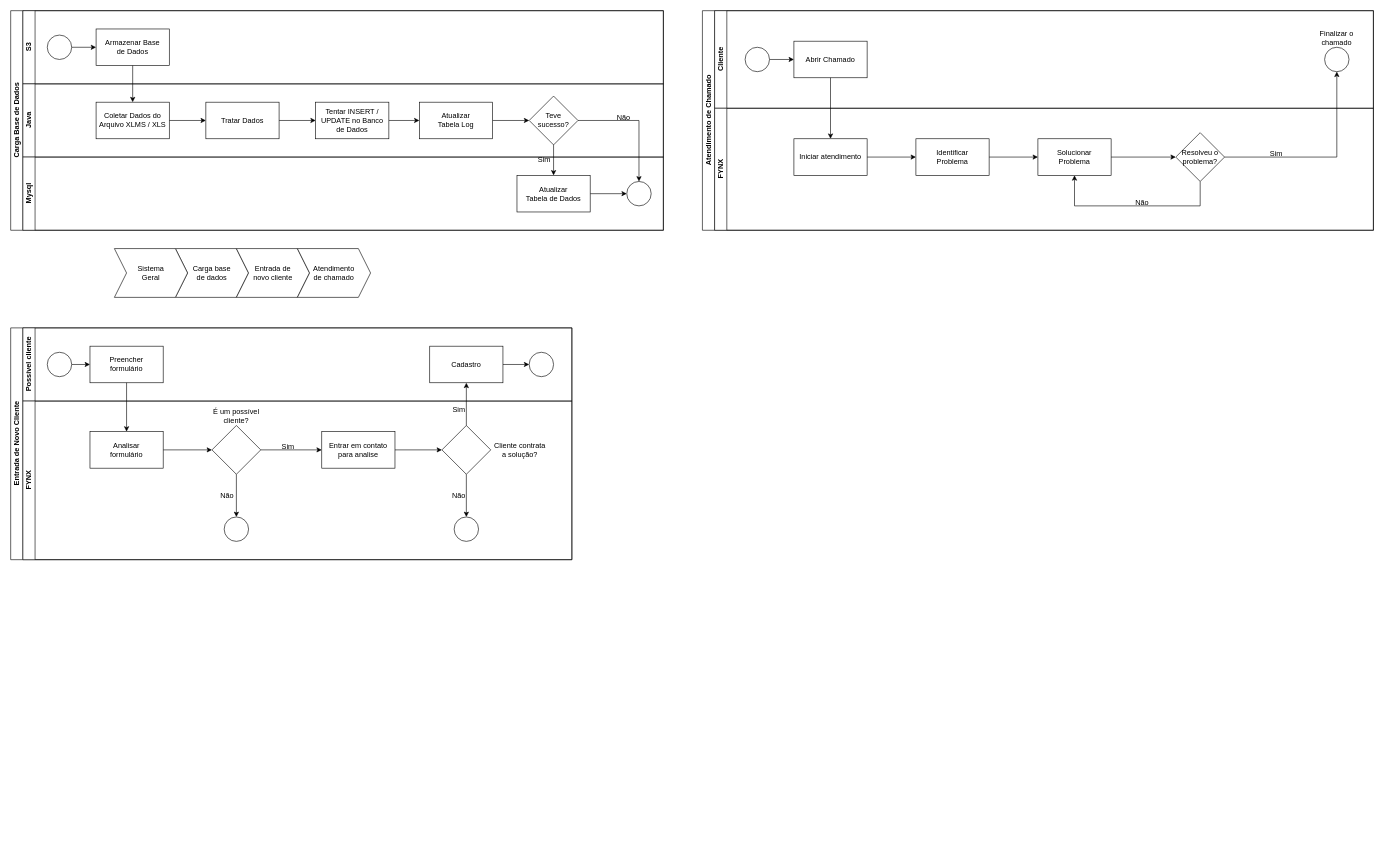
Earlier version of the draw.io diagram Diagramas/BPMN.drawio (ViniEguchi/FYNX). Source tidied: cells renumbered, new cells numbered last; positions are measured from the earlier drawing's top-left corner, leaving out a move shared by most shapes. Both pictures are drawn from the tidied source at 61%, with x=0, y=0 at pixel (10, 10).
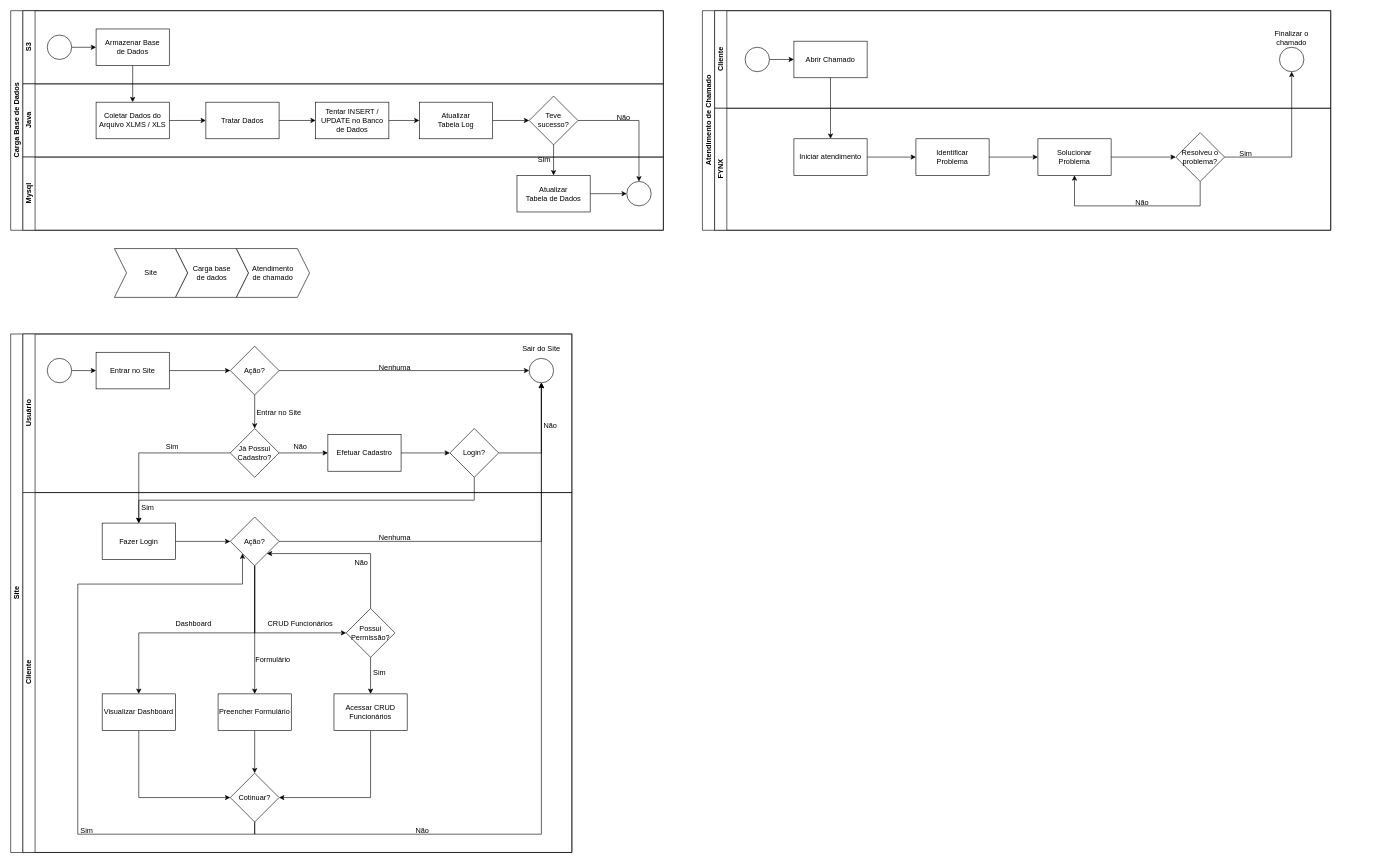
The same diagram, later.

Commit message (it also covers changes not shown here):
fix: alterações no BPMN

Unchanged cells that the change refers to:
```xml
<mxCell id="8" style="ellipse;whiteSpace=wrap;html=1;" parent="6" vertex="1">
  <mxGeometry x="40" y="40" width="40" height="40" as="geometry" />
</mxCell>
<mxCell id="12" style="ellipse;whiteSpace=wrap;html=1;" parent="6" vertex="1">
  <mxGeometry x="830" y="40" width="40" height="40" as="geometry" />
</mxCell>
```

The edit, as a diff of the source:
```diff
@@
-    <mxCell id="3" value="Entrada de&lt;div&gt;novo cliente&lt;/div&gt;" style="shape=step;perimeter=stepPerimeter;whiteSpace=wrap;html=1;fixedSize=1;" parent="1" vertex="1">
-      <mxGeometry x="370" y="390" width="120" height="80" as="geometry" />
-    </mxCell>
     <mxCell id="4" value="Atendimento&lt;div&gt;de chamado&lt;/div&gt;" style="shape=step;perimeter=stepPerimeter;whiteSpace=wrap;html=1;fixedSize=1;" parent="1" vertex="1">
-      <mxGeometry x="470" y="390" width="120" height="80" as="geometry" />
+      <mxGeometry x="370" y="390" width="120" height="80" as="geometry" />
     </mxCell>
-    <mxCell id="5" value="Entrada de Novo Cliente" style="swimlane;horizontal=0;startSize=20;html=1;" parent="1" vertex="1">
-      <mxGeometry y="520" width="920" height="380" as="geometry" />
+    <mxCell id="5" value="Site" style="swimlane;horizontal=0;startSize=20;html=1;" parent="1" vertex="1">
+      <mxGeometry y="530" width="920" height="850" as="geometry" />
     </mxCell>
-    <mxCell id="6" value="Possível cliente" style="swimlane;startSize=20;horizontal=0;html=1;" parent="5" vertex="1">
-      <mxGeometry x="20" width="900" height="120" as="geometry" />
+    <mxCell id="6" value="Usuário" style="swimlane;startSize=20;horizontal=0;html=1;" parent="5" vertex="1">
+      <mxGeometry x="20" width="900" height="260" as="geometry" />
     </mxCell>
-    <mxCell id="7" style="edgeStyle=orthogonalEdgeStyle;rounded=0;jettySize=auto;html=1;exitX=1;exitY=0.5;exitDx=0;exitDy=0;entryX=0;entryY=0.5;entryDx=0;entryDy=0;" parent="6" edge="1" source="8" target="9">
-      <mxGeometry relative="1" as="geometry" />
-    </mxCell>
+    <mxCell id="90" style="edgeStyle=orthogonalEdgeStyle;rounded=0;jettySize=auto;html=1;" parent="6" edge="1" source="8" target="92">
+      <mxGeometry relative="1" as="geometry" />
+    </mxCell>
@@
-    <mxCell id="9" value="Preencher&lt;div&gt;formulário&lt;/div&gt;" style="rounded=0;whiteSpace=wrap;html=1;" parent="6" vertex="1">
-      <mxGeometry x="110" y="30" width="120" height="60" as="geometry" />
-    </mxCell>
-    <mxCell id="10" style="edgeStyle=orthogonalEdgeStyle;rounded=0;jettySize=auto;html=1;exitX=1;exitY=0.5;exitDx=0;exitDy=0;entryX=0;entryY=0.5;entryDx=0;entryDy=0;" parent="6" edge="1" source="11" target="12">
-      <mxGeometry relative="1" as="geometry" />
-    </mxCell>
-    <mxCell id="11" value="Cadastro" style="whiteSpace=wrap;html=1;" parent="6" vertex="1">
-      <mxGeometry x="667" y="30" width="120" height="60" as="geometry" />
-    </mxCell>
@@
-    <mxCell id="13" style="edgeStyle=orthogonalEdgeStyle;rounded=0;jettySize=auto;html=1;exitX=0.5;exitY=1;exitDx=0;exitDy=0;entryX=0.5;entryY=0;entryDx=0;entryDy=0;" parent="5" edge="1" source="9" target="16">
-      <mxGeometry relative="1" as="geometry" />
-    </mxCell>
+    <mxCell id="91" style="edgeStyle=orthogonalEdgeStyle;rounded=0;jettySize=auto;html=1;" parent="6" edge="1" source="92" target="95">
+      <mxGeometry relative="1" as="geometry" />
+    </mxCell>
+    <mxCell id="92" value="Entrar no Site" style="whiteSpace=wrap;html=1;" parent="6" vertex="1">
+      <mxGeometry x="120" y="30" width="120" height="60" as="geometry" />
+    </mxCell>
+    <mxCell id="93" style="edgeStyle=orthogonalEdgeStyle;rounded=0;jettySize=auto;html=1;exitX=1;exitY=0.5;exitDx=0;exitDy=0;entryX=0;entryY=0.5;entryDx=0;entryDy=0;" parent="6" edge="1" source="95" target="12">
+      <mxGeometry relative="1" as="geometry" />
+    </mxCell>
+    <mxCell id="94" style="edgeStyle=orthogonalEdgeStyle;rounded=0;jettySize=auto;html=1;" parent="6" edge="1" source="95" target="104">
+      <mxGeometry relative="1" as="geometry" />
+    </mxCell>
+    <mxCell id="95" value="Ação?" style="rhombus;whiteSpace=wrap;html=1;" parent="6" vertex="1">
+      <mxGeometry x="340" y="20" width="80" height="80" as="geometry" />
+    </mxCell>
+    <mxCell id="96" value="Nenhuma" style="text;html=1;align=center;verticalAlign=middle;whiteSpace=wrap;rounded=0;" parent="6" vertex="1">
+      <mxGeometry x="580" y="40" width="60" height="30" as="geometry" />
+    </mxCell>
+    <mxCell id="97" value="Sair do Site" style="text;html=1;align=center;verticalAlign=middle;whiteSpace=wrap;rounded=0;" parent="6" vertex="1">
+      <mxGeometry x="815" y="10" width="70" height="30" as="geometry" />
+    </mxCell>
+    <mxCell id="98" style="edgeStyle=orthogonalEdgeStyle;rounded=0;jettySize=auto;html=1;" parent="6" edge="1" source="99" target="101">
+      <mxGeometry relative="1" as="geometry" />
+    </mxCell>
+    <mxCell id="99" value="Efetuar Cadastro" style="whiteSpace=wrap;html=1;" parent="6" vertex="1">
+      <mxGeometry x="500" y="165" width="120" height="60" as="geometry" />
+    </mxCell>
+    <mxCell id="100" style="edgeStyle=orthogonalEdgeStyle;rounded=0;jettySize=auto;html=1;exitX=1;exitY=0.5;exitDx=0;exitDy=0;entryX=0.5;entryY=1;entryDx=0;entryDy=0;" parent="6" edge="1" source="101" target="12">
+      <mxGeometry relative="1" as="geometry" />
+    </mxCell>
+    <mxCell id="101" value="&lt;div&gt;Login?&lt;/div&gt;" style="rhombus;whiteSpace=wrap;html=1;" parent="6" vertex="1">
+      <mxGeometry x="700" y="155" width="80" height="80" as="geometry" />
+    </mxCell>
+    <mxCell id="102" value="Não" style="text;html=1;align=center;verticalAlign=middle;whiteSpace=wrap;rounded=0;" parent="6" vertex="1">
+      <mxGeometry x="850" y="135" width="30" height="30" as="geometry" />
+    </mxCell>
+    <mxCell id="103" style="edgeStyle=orthogonalEdgeStyle;rounded=0;jettySize=auto;html=1;exitX=1;exitY=0.5;exitDx=0;exitDy=0;entryX=0;entryY=0.5;entryDx=0;entryDy=0;" parent="6" edge="1" source="104" target="99">
+      <mxGeometry relative="1" as="geometry" />
+    </mxCell>
+    <mxCell id="104" value="Já Possui Cadastro?" style="rhombus;whiteSpace=wrap;html=1;" parent="6" vertex="1">
+      <mxGeometry x="340" y="155" width="80" height="80" as="geometry" />
+    </mxCell>
+    <mxCell id="105" value="Entrar no Site" style="text;html=1;align=center;verticalAlign=middle;whiteSpace=wrap;rounded=0;" parent="6" vertex="1">
+      <mxGeometry x="380" y="115" width="80" height="30" as="geometry" />
+    </mxCell>
+    <mxCell id="106" value="Sim" style="text;html=1;align=center;verticalAlign=middle;whiteSpace=wrap;rounded=0;" parent="6" vertex="1">
+      <mxGeometry x="230" y="170" width="30" height="30" as="geometry" />
+    </mxCell>
+    <mxCell id="107" value="Não" style="text;html=1;align=center;verticalAlign=middle;whiteSpace=wrap;rounded=0;" parent="6" vertex="1">
+      <mxGeometry x="440" y="170" width="30" height="30" as="geometry" />
+    </mxCell>
-    <mxCell id="14" value="FYNX" style="swimlane;startSize=20;horizontal=0;html=1;" parent="5" vertex="1">
-      <mxGeometry x="20" y="120" width="900" height="260" as="geometry" />
+    <mxCell id="14" value="Cliente" style="swimlane;startSize=20;horizontal=0;html=1;" parent="5" vertex="1">
+      <mxGeometry x="20" y="260" width="900" height="590" as="geometry" />
     </mxCell>
-    <mxCell id="15" style="edgeStyle=orthogonalEdgeStyle;rounded=0;jettySize=auto;html=1;exitX=1;exitY=0.5;exitDx=0;exitDy=0;" parent="14" edge="1" source="16" target="19">
-      <mxGeometry relative="1" as="geometry" />
-    </mxCell>
-    <mxCell id="16" value="Analisar&lt;div&gt;formulário&lt;/div&gt;" style="whiteSpace=wrap;html=1;" parent="14" vertex="1">
-      <mxGeometry x="110" y="50" width="120" height="60" as="geometry" />
-    </mxCell>
-    <mxCell id="17" style="edgeStyle=orthogonalEdgeStyle;rounded=0;jettySize=auto;html=1;exitX=0.5;exitY=1;exitDx=0;exitDy=0;entryX=0.5;entryY=0;entryDx=0;entryDy=0;" parent="14" edge="1" source="19" target="21">
-      <mxGeometry relative="1" as="geometry" />
-    </mxCell>
-    <mxCell id="18" style="edgeStyle=orthogonalEdgeStyle;rounded=0;jettySize=auto;html=1;" parent="14" edge="1" source="19" target="24">
-      <mxGeometry relative="1" as="geometry" />
-    </mxCell>
-    <mxCell id="19" style="rhombus;whiteSpace=wrap;html=1;" parent="14" vertex="1">
-      <mxGeometry x="310" y="40" width="80" height="80" as="geometry" />
-    </mxCell>
-    <mxCell id="20" value="É um possível cliente?" style="text;html=1;align=center;verticalAlign=middle;whiteSpace=wrap;rounded=0;" parent="14" vertex="1">
-      <mxGeometry x="310" y="10" width="80" height="30" as="geometry" />
-    </mxCell>
-    <mxCell id="21" style="ellipse;whiteSpace=wrap;html=1;" parent="14" vertex="1">
-      <mxGeometry x="330" y="190" width="40" height="40" as="geometry" />
-    </mxCell>
-    <mxCell id="22" value="Não" style="text;html=1;align=center;verticalAlign=middle;whiteSpace=wrap;rounded=0;" parent="14" vertex="1">
-      <mxGeometry x="320" y="140" width="30" height="30" as="geometry" />
-    </mxCell>
-    <mxCell id="23" style="edgeStyle=orthogonalEdgeStyle;rounded=0;jettySize=auto;html=1;" parent="14" edge="1" source="24" target="27">
-      <mxGeometry relative="1" as="geometry" />
-    </mxCell>
-    <mxCell id="24" value="Entrar em contato para analise" style="whiteSpace=wrap;html=1;" parent="14" vertex="1">
-      <mxGeometry x="490" y="50" width="120" height="60" as="geometry" />
-    </mxCell>
-    <mxCell id="25" value="Sim" style="text;html=1;align=center;verticalAlign=middle;whiteSpace=wrap;rounded=0;" parent="14" vertex="1">
-      <mxGeometry x="420" y="60" width="30" height="30" as="geometry" />
-    </mxCell>
-    <mxCell id="26" style="edgeStyle=orthogonalEdgeStyle;rounded=0;jettySize=auto;html=1;exitX=0.5;exitY=1;exitDx=0;exitDy=0;entryX=0.5;entryY=0;entryDx=0;entryDy=0;" parent="14" edge="1" source="27" target="30">
-      <mxGeometry relative="1" as="geometry" />
-    </mxCell>
-    <mxCell id="27" style="rhombus;whiteSpace=wrap;html=1;" parent="14" vertex="1">
-      <mxGeometry x="687" y="40" width="80" height="80" as="geometry" />
-    </mxCell>
-    <mxCell id="28" value="Sim" style="text;html=1;align=center;verticalAlign=middle;whiteSpace=wrap;rounded=0;" parent="14" vertex="1">
-      <mxGeometry x="700" width="30" height="30" as="geometry" />
-    </mxCell>
-    <mxCell id="29" value="Não" style="text;html=1;align=center;verticalAlign=middle;whiteSpace=wrap;rounded=0;" parent="14" vertex="1">
-      <mxGeometry x="700" y="140" width="30" height="30" as="geometry" />
-    </mxCell>
-    <mxCell id="30" style="ellipse;whiteSpace=wrap;html=1;" parent="14" vertex="1">
-      <mxGeometry x="707" y="190" width="40" height="40" as="geometry" />
-    </mxCell>
-    <mxCell id="31" value="Cliente contrata a solução?" style="text;html=1;align=center;verticalAlign=middle;whiteSpace=wrap;rounded=0;" parent="14" vertex="1">
-      <mxGeometry x="770" y="65" width="90" height="30" as="geometry" />
-    </mxCell>
-    <mxCell id="32" style="edgeStyle=orthogonalEdgeStyle;rounded=0;jettySize=auto;html=1;" parent="5" edge="1" source="27" target="11">
-      <mxGeometry relative="1" as="geometry" />
-    </mxCell>
+    <mxCell id="108" style="edgeStyle=orthogonalEdgeStyle;rounded=0;jettySize=auto;html=1;" parent="14" edge="1" source="109" target="114">
+      <mxGeometry relative="1" as="geometry" />
+    </mxCell>
+    <mxCell id="109" value="Fazer Login" style="whiteSpace=wrap;html=1;" parent="14" vertex="1">
+      <mxGeometry x="130" y="50" width="120" height="60" as="geometry" />
+    </mxCell>
+    <mxCell id="110" value="Sim" style="text;html=1;align=center;verticalAlign=middle;whiteSpace=wrap;rounded=0;" parent="14" vertex="1">
+      <mxGeometry x="190" y="10" width="30" height="30" as="geometry" />
+    </mxCell>
+    <mxCell id="111" style="edgeStyle=orthogonalEdgeStyle;rounded=0;jettySize=auto;html=1;" parent="14" edge="1" source="114" target="117">
+      <mxGeometry relative="1" as="geometry">
+        <Array as="points">
+          <mxPoint x="380" y="230" />
+          <mxPoint x="190" y="230" />
+        </Array>
+      </mxGeometry>
+    </mxCell>
+    <mxCell id="112" style="edgeStyle=orthogonalEdgeStyle;rounded=0;jettySize=auto;html=1;" parent="14" edge="1" source="114" target="123">
+      <mxGeometry relative="1" as="geometry" />
+    </mxCell>
+    <mxCell id="113" style="edgeStyle=orthogonalEdgeStyle;rounded=0;jettySize=auto;html=1;exitX=0.5;exitY=1;exitDx=0;exitDy=0;entryX=0;entryY=0.5;entryDx=0;entryDy=0;" parent="14" edge="1" source="114" target="129">
+      <mxGeometry relative="1" as="geometry" />
+    </mxCell>
+    <mxCell id="114" value="Ação?" style="rhombus;whiteSpace=wrap;html=1;" parent="14" vertex="1">
+      <mxGeometry x="340" y="40" width="80" height="80" as="geometry" />
+    </mxCell>
+    <mxCell id="115" value="Nenhuma" style="text;html=1;align=center;verticalAlign=middle;whiteSpace=wrap;rounded=0;" parent="14" vertex="1">
+      <mxGeometry x="580" y="60" width="60" height="30" as="geometry" />
+    </mxCell>
+    <mxCell id="116" style="edgeStyle=orthogonalEdgeStyle;rounded=0;jettySize=auto;html=1;exitX=0.5;exitY=1;exitDx=0;exitDy=0;entryX=0;entryY=0.5;entryDx=0;entryDy=0;" parent="14" edge="1" source="117" target="126">
+      <mxGeometry relative="1" as="geometry" />
+    </mxCell>
+    <mxCell id="117" value="Visualizar Dashboard" style="whiteSpace=wrap;html=1;" parent="14" vertex="1">
+      <mxGeometry x="130" y="330" width="120" height="60" as="geometry" />
+    </mxCell>
+    <mxCell id="118" style="edgeStyle=orthogonalEdgeStyle;rounded=0;jettySize=auto;html=1;exitX=0.5;exitY=1;exitDx=0;exitDy=0;entryX=1;entryY=0.5;entryDx=0;entryDy=0;" parent="14" edge="1" source="119" target="126">
+      <mxGeometry relative="1" as="geometry" />
+    </mxCell>
+    <mxCell id="119" value="Acessar CRUD Funcionários" style="whiteSpace=wrap;html=1;" parent="14" vertex="1">
+      <mxGeometry x="510" y="330" width="120" height="60" as="geometry" />
+    </mxCell>
+    <mxCell id="120" value="Dashboard" style="text;html=1;align=center;verticalAlign=middle;whiteSpace=wrap;rounded=0;" parent="14" vertex="1">
+      <mxGeometry x="250" y="200" width="60" height="30" as="geometry" />
+    </mxCell>
+    <mxCell id="121" value="CRUD Funcionários" style="text;html=1;align=center;verticalAlign=middle;whiteSpace=wrap;rounded=0;" parent="14" vertex="1">
+      <mxGeometry x="400" y="200" width="110" height="30" as="geometry" />
+    </mxCell>
+    <mxCell id="122" style="edgeStyle=orthogonalEdgeStyle;rounded=0;jettySize=auto;html=1;exitX=0.5;exitY=1;exitDx=0;exitDy=0;entryX=0.5;entryY=0;entryDx=0;entryDy=0;" parent="14" edge="1" source="123" target="126">
+      <mxGeometry relative="1" as="geometry" />
+    </mxCell>
+    <mxCell id="123" value="Preencher Formulário" style="whiteSpace=wrap;html=1;" parent="14" vertex="1">
+      <mxGeometry x="320" y="330" width="120" height="60" as="geometry" />
+    </mxCell>
+    <mxCell id="124" value="Formulário" style="text;html=1;align=center;verticalAlign=middle;whiteSpace=wrap;rounded=0;" parent="14" vertex="1">
+      <mxGeometry x="380" y="260" width="60" height="30" as="geometry" />
+    </mxCell>
+    <mxCell id="125" style="edgeStyle=orthogonalEdgeStyle;rounded=0;jettySize=auto;html=1;exitX=0.5;exitY=1;exitDx=0;exitDy=0;entryX=0;entryY=1;entryDx=0;entryDy=0;" parent="14" edge="1" source="126" target="114">
+      <mxGeometry relative="1" as="geometry">
+        <Array as="points">
+          <mxPoint x="380" y="560" />
+          <mxPoint x="90" y="560" />
+          <mxPoint x="90" y="150" />
+          <mxPoint x="360" y="150" />
+        </Array>
+      </mxGeometry>
+    </mxCell>
+    <mxCell id="126" value="Cotinuar?" style="rhombus;whiteSpace=wrap;html=1;" parent="14" vertex="1">
+      <mxGeometry x="340" y="460" width="80" height="80" as="geometry" />
+    </mxCell>
+    <mxCell id="127" style="edgeStyle=orthogonalEdgeStyle;rounded=0;jettySize=auto;html=1;exitX=0.5;exitY=1;exitDx=0;exitDy=0;entryX=0.5;entryY=0;entryDx=0;entryDy=0;" parent="14" edge="1" source="129" target="119">
+      <mxGeometry relative="1" as="geometry" />
+    </mxCell>
+    <mxCell id="128" style="edgeStyle=orthogonalEdgeStyle;rounded=0;jettySize=auto;html=1;exitX=0.5;exitY=0;exitDx=0;exitDy=0;entryX=1;entryY=1;entryDx=0;entryDy=0;" parent="14" edge="1" source="129" target="114">
+      <mxGeometry relative="1" as="geometry">
+        <Array as="points">
+          <mxPoint x="570" y="100" />
+        </Array>
+      </mxGeometry>
+    </mxCell>
+    <mxCell id="129" value="Possui&lt;div&gt;Permissão?&lt;/div&gt;" style="rhombus;whiteSpace=wrap;html=1;" parent="14" vertex="1">
+      <mxGeometry x="530" y="190" width="80" height="80" as="geometry" />
+    </mxCell>
+    <mxCell id="130" value="Sim" style="text;html=1;align=center;verticalAlign=middle;whiteSpace=wrap;rounded=0;" parent="14" vertex="1">
+      <mxGeometry x="570" y="280" width="30" height="30" as="geometry" />
+    </mxCell>
+    <mxCell id="131" value="Não" style="text;html=1;align=center;verticalAlign=middle;whiteSpace=wrap;rounded=0;" parent="14" vertex="1">
+      <mxGeometry x="540" y="100" width="30" height="30" as="geometry" />
+    </mxCell>
+    <mxCell id="132" value="Sim" style="text;html=1;align=center;verticalAlign=middle;whiteSpace=wrap;rounded=0;" parent="14" vertex="1">
+      <mxGeometry x="90" y="540" width="30" height="30" as="geometry" />
+    </mxCell>
+    <mxCell id="133" value="Não" style="text;html=1;align=center;verticalAlign=middle;whiteSpace=wrap;rounded=0;" parent="14" vertex="1">
+      <mxGeometry x="640" y="540" width="30" height="30" as="geometry" />
+    </mxCell>
+    <mxCell id="134" style="edgeStyle=orthogonalEdgeStyle;rounded=0;jettySize=auto;html=1;exitX=0.5;exitY=1;exitDx=0;exitDy=0;entryX=0.5;entryY=0;entryDx=0;entryDy=0;" parent="5" edge="1" source="101" target="109">
+      <mxGeometry relative="1" as="geometry" />
+    </mxCell>
+    <mxCell id="135" style="edgeStyle=orthogonalEdgeStyle;rounded=0;jettySize=auto;html=1;exitX=0;exitY=0.5;exitDx=0;exitDy=0;" parent="5" edge="1" source="104" target="109">
+      <mxGeometry relative="1" as="geometry" />
+    </mxCell>
+    <mxCell id="136" style="edgeStyle=orthogonalEdgeStyle;rounded=0;jettySize=auto;html=1;entryX=0.5;entryY=1;entryDx=0;entryDy=0;" parent="5" edge="1" source="114" target="12">
+      <mxGeometry relative="1" as="geometry" />
+    </mxCell>
+    <mxCell id="137" style="edgeStyle=orthogonalEdgeStyle;rounded=0;jettySize=auto;html=1;exitX=0.5;exitY=1;exitDx=0;exitDy=0;entryX=0.5;entryY=1;entryDx=0;entryDy=0;" parent="5" edge="1" source="126" target="12">
+      <mxGeometry relative="1" as="geometry" />
+    </mxCell>
     <mxCell id="33" value="Atendimento de Chamado" style="swimlane;horizontal=0;startSize=20;html=1;" parent="1" vertex="1">
-      <mxGeometry x="1134" width="1100" height="360" as="geometry" />
+      <mxGeometry x="1134" width="1030" height="360" as="geometry" />
     </mxCell>
     <mxCell id="34" value="Cliente" style="swimlane;startSize=20;horizontal=0;html=1;" parent="33" vertex="1">
-      <mxGeometry x="20" width="1080" height="160" as="geometry" />
+      <mxGeometry x="20" width="1010" height="160" as="geometry" />
     </mxCell>
@@
     <mxCell id="38" style="ellipse;whiteSpace=wrap;html=1;" parent="34" vertex="1">
-      <mxGeometry x="1000" y="60" width="40" height="40" as="geometry" />
+      <mxGeometry x="926" y="60" width="40" height="40" as="geometry" />
     </mxCell>
     <mxCell id="39" value="Finalizar o chamado" style="text;html=1;align=center;verticalAlign=middle;whiteSpace=wrap;rounded=0;" parent="34" vertex="1">
-      <mxGeometry x="980" y="30" width="80" height="30" as="geometry" />
+      <mxGeometry x="906" y="30" width="80" height="30" as="geometry" />
     </mxCell>
     <mxCell id="40" value="FYNX" style="swimlane;startSize=20;horizontal=0;html=1;" parent="33" vertex="1">
-      <mxGeometry x="20" y="160" width="1080" height="200" as="geometry" />
+      <mxGeometry x="20" y="160" width="1010" height="200" as="geometry" />
     </mxCell>
@@
     <mxCell id="46" value="Sim" style="text;html=1;align=center;verticalAlign=middle;whiteSpace=wrap;rounded=0;" parent="40" vertex="1">
-      <mxGeometry x="906" y="60" width="30" height="30" as="geometry" />
+      <mxGeometry x="856" y="60" width="30" height="30" as="geometry" />
     </mxCell>
@@
-    <mxCell id="89" value="Sistema&lt;div&gt;Geral&lt;/div&gt;" style="shape=step;perimeter=stepPerimeter;whiteSpace=wrap;html=1;fixedSize=1;" parent="1" vertex="1">
+    <mxCell id="89" value="Site" style="shape=step;perimeter=stepPerimeter;whiteSpace=wrap;html=1;fixedSize=1;" parent="1" vertex="1">
       <mxGeometry x="170" y="390" width="120" height="80" as="geometry" />
     </mxCell>
```
